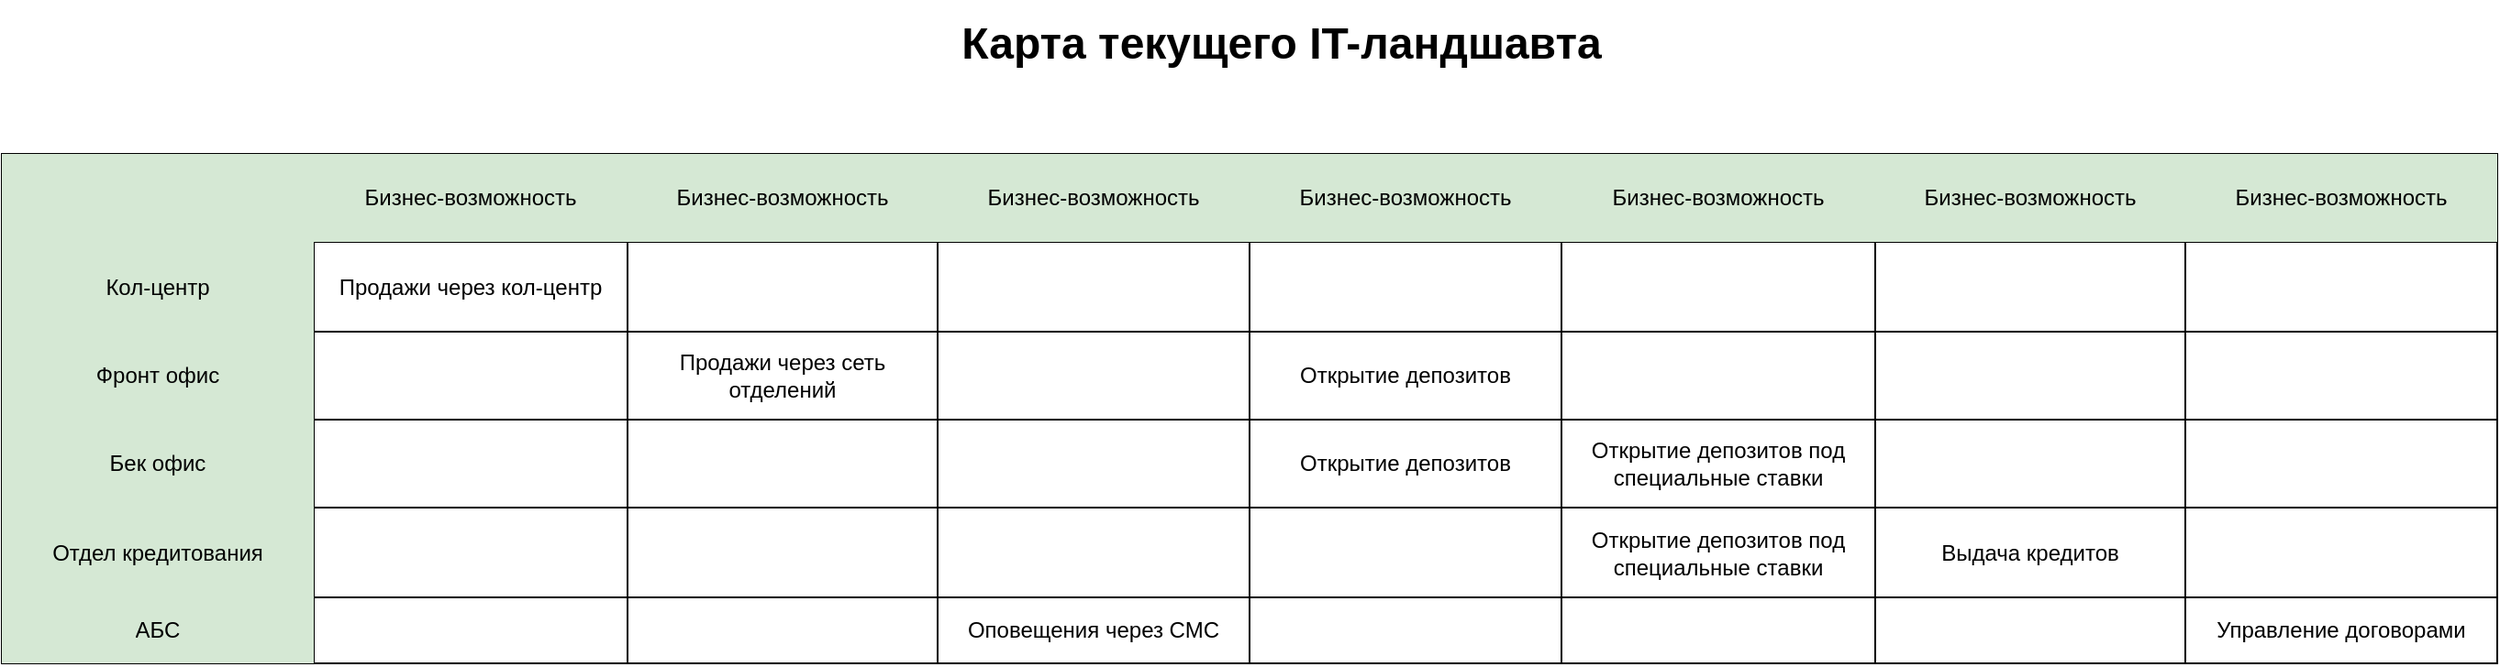
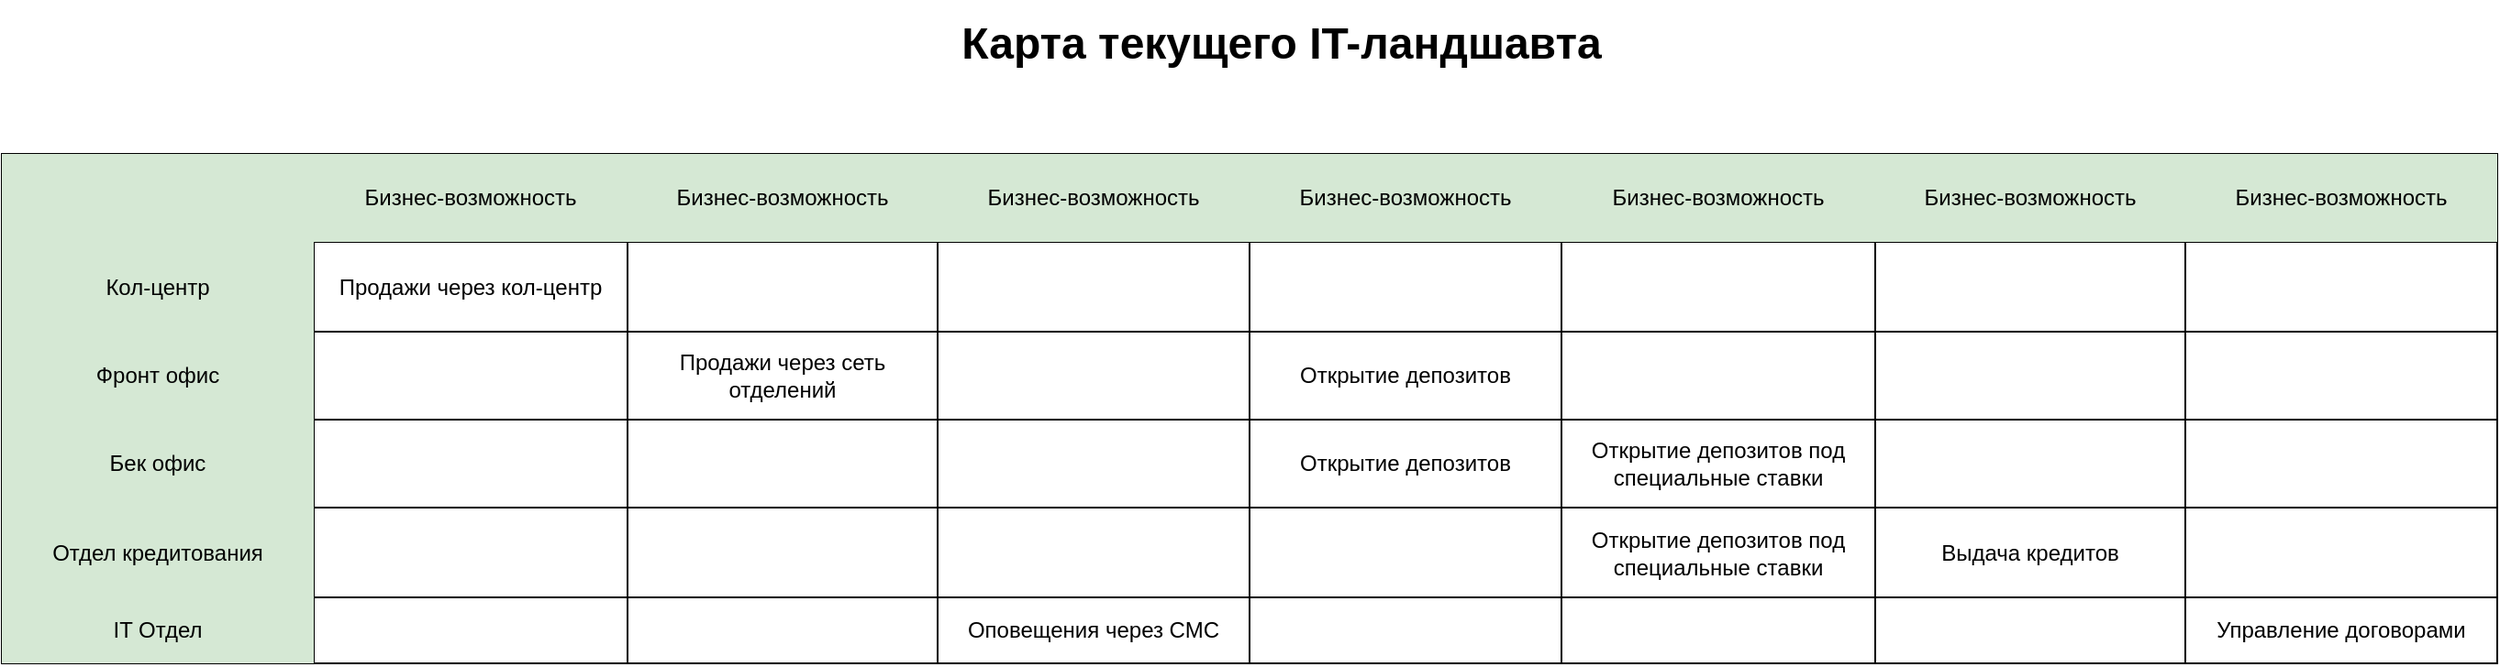
<mxfile host="Electron" agent="Mozilla/5.0 (Windows NT 10.0; Win64; x64) AppleWebKit/537.36 (KHTML, like Gecko) draw.io/28.0.4 Chrome/138.0.7204.97 Electron/37.2.1 Safari/537.36" version="28.0.4">
  <diagram name="Page-1" id="bd83a815-5ea8-2e97-e5ec-87c9f400f2fa">
    <mxGraphModel dx="1042" dy="626" grid="1" gridSize="10" guides="1" tooltips="1" connect="1" arrows="1" fold="1" page="1" pageScale="1.5" pageWidth="1169" pageHeight="826" background="none" math="0" shadow="0">
      <root>
        <mxCell id="0" style=";html=1;" />
        <mxCell id="1" style=";html=1;" parent="0" />
        <mxCell id="1516e18e63f93b96-3" value="Карта текущего IT-ландшавта" style="text;strokeColor=none;fillColor=none;html=1;fontSize=24;fontStyle=1;verticalAlign=middle;align=center;rounded=0;shadow=1;" parent="1" vertex="1">
          <mxGeometry x="487" y="70" width="780" height="40" as="geometry" />
        </mxCell>
        <mxCell id="Nek5XBPTCzxstixbVNgh-3" value="" style="shape=table;startSize=0;container=1;collapsible=0;childLayout=tableLayout;" parent="1" vertex="1">
          <mxGeometry x="180" y="150" width="1360" height="278" as="geometry" />
        </mxCell>
        <mxCell id="Nek5XBPTCzxstixbVNgh-4" value="" style="shape=tableRow;horizontal=0;startSize=0;swimlaneHead=0;swimlaneBody=0;strokeColor=inherit;top=0;left=0;bottom=0;right=0;collapsible=0;dropTarget=0;fillColor=none;points=[[0,0.5],[1,0.5]];portConstraint=eastwest;" parent="Nek5XBPTCzxstixbVNgh-3" vertex="1">
          <mxGeometry width="1360" height="48" as="geometry" />
        </mxCell>
        <mxCell id="Nek5XBPTCzxstixbVNgh-5" value="" style="shape=partialRectangle;html=1;whiteSpace=wrap;connectable=0;strokeColor=#000000;overflow=hidden;fillColor=#d5e8d4;top=0;left=0;bottom=0;right=0;pointerEvents=1;strokeWidth=2;" parent="Nek5XBPTCzxstixbVNgh-4" vertex="1">
          <mxGeometry width="170" height="48" as="geometry">
            <mxRectangle width="170" height="48" as="alternateBounds" />
          </mxGeometry>
        </mxCell>
        <mxCell id="Nek5XBPTCzxstixbVNgh-6" value="Бизнес-возможность" style="shape=partialRectangle;html=1;whiteSpace=wrap;connectable=0;strokeColor=#82b366;overflow=hidden;fillColor=#d5e8d4;top=0;left=0;bottom=0;right=0;pointerEvents=1;" parent="Nek5XBPTCzxstixbVNgh-4" vertex="1">
          <mxGeometry x="170" width="171" height="48" as="geometry">
            <mxRectangle width="171" height="48" as="alternateBounds" />
          </mxGeometry>
        </mxCell>
        <mxCell id="Nek5XBPTCzxstixbVNgh-7" value="Бизнес-возможность" style="shape=partialRectangle;html=1;whiteSpace=wrap;connectable=0;strokeColor=#82b366;overflow=hidden;fillColor=#d5e8d4;top=0;left=0;bottom=0;right=0;pointerEvents=1;" parent="Nek5XBPTCzxstixbVNgh-4" vertex="1">
          <mxGeometry x="341" width="169" height="48" as="geometry">
            <mxRectangle width="169" height="48" as="alternateBounds" />
          </mxGeometry>
        </mxCell>
        <mxCell id="Nek5XBPTCzxstixbVNgh-8" value="Бизнес-возможность" style="shape=partialRectangle;html=1;whiteSpace=wrap;connectable=0;strokeColor=#82b366;overflow=hidden;fillColor=#d5e8d4;top=0;left=0;bottom=0;right=0;pointerEvents=1;" parent="Nek5XBPTCzxstixbVNgh-4" vertex="1">
          <mxGeometry x="510" width="170" height="48" as="geometry">
            <mxRectangle width="170" height="48" as="alternateBounds" />
          </mxGeometry>
        </mxCell>
        <mxCell id="Nek5XBPTCzxstixbVNgh-9" value="Бизнес-возможность" style="shape=partialRectangle;html=1;whiteSpace=wrap;connectable=0;strokeColor=#82b366;overflow=hidden;fillColor=#d5e8d4;top=0;left=0;bottom=0;right=0;pointerEvents=1;" parent="Nek5XBPTCzxstixbVNgh-4" vertex="1">
          <mxGeometry x="680" width="170" height="48" as="geometry">
            <mxRectangle width="170" height="48" as="alternateBounds" />
          </mxGeometry>
        </mxCell>
        <mxCell id="Nek5XBPTCzxstixbVNgh-10" value="Бизнес-возможность" style="shape=partialRectangle;html=1;whiteSpace=wrap;connectable=0;strokeColor=#82b366;overflow=hidden;fillColor=#d5e8d4;top=0;left=0;bottom=0;right=0;pointerEvents=1;" parent="Nek5XBPTCzxstixbVNgh-4" vertex="1">
          <mxGeometry x="850" width="171" height="48" as="geometry">
            <mxRectangle width="171" height="48" as="alternateBounds" />
          </mxGeometry>
        </mxCell>
        <mxCell id="Nek5XBPTCzxstixbVNgh-11" value="Бизнес-возможность" style="shape=partialRectangle;html=1;whiteSpace=wrap;connectable=0;strokeColor=#82b366;overflow=hidden;fillColor=#d5e8d4;top=0;left=0;bottom=0;right=0;pointerEvents=1;" parent="Nek5XBPTCzxstixbVNgh-4" vertex="1">
          <mxGeometry x="1021" width="169" height="48" as="geometry">
            <mxRectangle width="169" height="48" as="alternateBounds" />
          </mxGeometry>
        </mxCell>
        <mxCell id="Nek5XBPTCzxstixbVNgh-12" value="Бизнес-возможность" style="shape=partialRectangle;html=1;whiteSpace=wrap;connectable=0;strokeColor=#82b366;overflow=hidden;fillColor=#d5e8d4;top=0;left=0;bottom=0;right=0;pointerEvents=1;" parent="Nek5XBPTCzxstixbVNgh-4" vertex="1">
          <mxGeometry x="1190" width="170" height="48" as="geometry">
            <mxRectangle width="170" height="48" as="alternateBounds" />
          </mxGeometry>
        </mxCell>
        <mxCell id="Nek5XBPTCzxstixbVNgh-13" value="" style="shape=tableRow;horizontal=0;startSize=0;swimlaneHead=0;swimlaneBody=0;strokeColor=inherit;top=0;left=0;bottom=0;right=0;collapsible=0;dropTarget=0;fillColor=none;points=[[0,0.5],[1,0.5]];portConstraint=eastwest;" parent="Nek5XBPTCzxstixbVNgh-3" vertex="1">
          <mxGeometry y="48" width="1360" height="49" as="geometry" />
        </mxCell>
        <mxCell id="Nek5XBPTCzxstixbVNgh-14" value="Кол-центр" style="shape=partialRectangle;html=1;whiteSpace=wrap;connectable=0;strokeColor=#000000;overflow=hidden;fillColor=#d5e8d4;top=0;left=0;bottom=0;right=0;pointerEvents=1;strokeWidth=2;perimeterSpacing=2;" parent="Nek5XBPTCzxstixbVNgh-13" vertex="1">
          <mxGeometry width="170" height="49" as="geometry">
            <mxRectangle width="170" height="49" as="alternateBounds" />
          </mxGeometry>
        </mxCell>
        <mxCell id="Nek5XBPTCzxstixbVNgh-15" value="Продажи через кол-центр" style="shape=partialRectangle;html=1;whiteSpace=wrap;connectable=0;strokeColor=inherit;overflow=hidden;fillColor=none;top=0;left=0;bottom=0;right=0;pointerEvents=1;" parent="Nek5XBPTCzxstixbVNgh-13" vertex="1">
          <mxGeometry x="170" width="171" height="49" as="geometry">
            <mxRectangle width="171" height="49" as="alternateBounds" />
          </mxGeometry>
        </mxCell>
        <mxCell id="Nek5XBPTCzxstixbVNgh-16" value="" style="shape=partialRectangle;html=1;whiteSpace=wrap;connectable=0;strokeColor=inherit;overflow=hidden;fillColor=none;top=0;left=0;bottom=0;right=0;pointerEvents=1;" parent="Nek5XBPTCzxstixbVNgh-13" vertex="1">
          <mxGeometry x="341" width="169" height="49" as="geometry">
            <mxRectangle width="169" height="49" as="alternateBounds" />
          </mxGeometry>
        </mxCell>
        <mxCell id="Nek5XBPTCzxstixbVNgh-17" value="" style="shape=partialRectangle;html=1;whiteSpace=wrap;connectable=0;strokeColor=inherit;overflow=hidden;fillColor=none;top=0;left=0;bottom=0;right=0;pointerEvents=1;" parent="Nek5XBPTCzxstixbVNgh-13" vertex="1">
          <mxGeometry x="510" width="170" height="49" as="geometry">
            <mxRectangle width="170" height="49" as="alternateBounds" />
          </mxGeometry>
        </mxCell>
        <mxCell id="Nek5XBPTCzxstixbVNgh-18" value="" style="shape=partialRectangle;html=1;whiteSpace=wrap;connectable=0;strokeColor=inherit;overflow=hidden;fillColor=none;top=0;left=0;bottom=0;right=0;pointerEvents=1;" parent="Nek5XBPTCzxstixbVNgh-13" vertex="1">
          <mxGeometry x="680" width="170" height="49" as="geometry">
            <mxRectangle width="170" height="49" as="alternateBounds" />
          </mxGeometry>
        </mxCell>
        <mxCell id="Nek5XBPTCzxstixbVNgh-19" value="" style="shape=partialRectangle;html=1;whiteSpace=wrap;connectable=0;strokeColor=inherit;overflow=hidden;fillColor=none;top=0;left=0;bottom=0;right=0;pointerEvents=1;" parent="Nek5XBPTCzxstixbVNgh-13" vertex="1">
          <mxGeometry x="850" width="171" height="49" as="geometry">
            <mxRectangle width="171" height="49" as="alternateBounds" />
          </mxGeometry>
        </mxCell>
        <mxCell id="Nek5XBPTCzxstixbVNgh-20" value="" style="shape=partialRectangle;html=1;whiteSpace=wrap;connectable=0;strokeColor=inherit;overflow=hidden;fillColor=none;top=0;left=0;bottom=0;right=0;pointerEvents=1;" parent="Nek5XBPTCzxstixbVNgh-13" vertex="1">
          <mxGeometry x="1021" width="169" height="49" as="geometry">
            <mxRectangle width="169" height="49" as="alternateBounds" />
          </mxGeometry>
        </mxCell>
        <mxCell id="Nek5XBPTCzxstixbVNgh-21" value="" style="shape=partialRectangle;html=1;whiteSpace=wrap;connectable=0;strokeColor=inherit;overflow=hidden;fillColor=none;top=0;left=0;bottom=0;right=0;pointerEvents=1;" parent="Nek5XBPTCzxstixbVNgh-13" vertex="1">
          <mxGeometry x="1190" width="170" height="49" as="geometry">
            <mxRectangle width="170" height="49" as="alternateBounds" />
          </mxGeometry>
        </mxCell>
        <mxCell id="Nek5XBPTCzxstixbVNgh-31" value="" style="shape=tableRow;horizontal=0;startSize=0;swimlaneHead=0;swimlaneBody=0;strokeColor=inherit;top=0;left=0;bottom=0;right=0;collapsible=0;dropTarget=0;fillColor=none;points=[[0,0.5],[1,0.5]];portConstraint=eastwest;" parent="Nek5XBPTCzxstixbVNgh-3" vertex="1">
          <mxGeometry y="97" width="1360" height="48" as="geometry" />
        </mxCell>
        <mxCell id="Nek5XBPTCzxstixbVNgh-32" value="Фронт офис" style="shape=partialRectangle;html=1;whiteSpace=wrap;connectable=0;strokeColor=#000000;overflow=hidden;fillColor=#d5e8d4;top=0;left=0;bottom=0;right=0;pointerEvents=1;strokeWidth=2;" parent="Nek5XBPTCzxstixbVNgh-31" vertex="1">
          <mxGeometry width="170" height="48" as="geometry">
            <mxRectangle width="170" height="48" as="alternateBounds" />
          </mxGeometry>
        </mxCell>
        <mxCell id="Nek5XBPTCzxstixbVNgh-33" value="" style="shape=partialRectangle;html=1;whiteSpace=wrap;connectable=0;strokeColor=inherit;overflow=hidden;fillColor=none;top=0;left=0;bottom=0;right=0;pointerEvents=1;" parent="Nek5XBPTCzxstixbVNgh-31" vertex="1">
          <mxGeometry x="170" width="171" height="48" as="geometry">
            <mxRectangle width="171" height="48" as="alternateBounds" />
          </mxGeometry>
        </mxCell>
        <mxCell id="Nek5XBPTCzxstixbVNgh-34" value="Продажи через сеть отделений" style="shape=partialRectangle;html=1;whiteSpace=wrap;connectable=0;strokeColor=inherit;overflow=hidden;fillColor=none;top=0;left=0;bottom=0;right=0;pointerEvents=1;" parent="Nek5XBPTCzxstixbVNgh-31" vertex="1">
          <mxGeometry x="341" width="169" height="48" as="geometry">
            <mxRectangle width="169" height="48" as="alternateBounds" />
          </mxGeometry>
        </mxCell>
        <mxCell id="Nek5XBPTCzxstixbVNgh-35" value="" style="shape=partialRectangle;html=1;whiteSpace=wrap;connectable=0;strokeColor=inherit;overflow=hidden;fillColor=none;top=0;left=0;bottom=0;right=0;pointerEvents=1;" parent="Nek5XBPTCzxstixbVNgh-31" vertex="1">
          <mxGeometry x="510" width="170" height="48" as="geometry">
            <mxRectangle width="170" height="48" as="alternateBounds" />
          </mxGeometry>
        </mxCell>
        <mxCell id="Nek5XBPTCzxstixbVNgh-36" value="Открытие депозитов" style="shape=partialRectangle;html=1;whiteSpace=wrap;connectable=0;strokeColor=inherit;overflow=hidden;fillColor=none;top=0;left=0;bottom=0;right=0;pointerEvents=1;" parent="Nek5XBPTCzxstixbVNgh-31" vertex="1">
          <mxGeometry x="680" width="170" height="48" as="geometry">
            <mxRectangle width="170" height="48" as="alternateBounds" />
          </mxGeometry>
        </mxCell>
        <mxCell id="Nek5XBPTCzxstixbVNgh-37" value="" style="shape=partialRectangle;html=1;whiteSpace=wrap;connectable=0;strokeColor=inherit;overflow=hidden;fillColor=none;top=0;left=0;bottom=0;right=0;pointerEvents=1;" parent="Nek5XBPTCzxstixbVNgh-31" vertex="1">
          <mxGeometry x="850" width="171" height="48" as="geometry">
            <mxRectangle width="171" height="48" as="alternateBounds" />
          </mxGeometry>
        </mxCell>
        <mxCell id="Nek5XBPTCzxstixbVNgh-38" value="" style="shape=partialRectangle;html=1;whiteSpace=wrap;connectable=0;strokeColor=inherit;overflow=hidden;fillColor=none;top=0;left=0;bottom=0;right=0;pointerEvents=1;" parent="Nek5XBPTCzxstixbVNgh-31" vertex="1">
          <mxGeometry x="1021" width="169" height="48" as="geometry">
            <mxRectangle width="169" height="48" as="alternateBounds" />
          </mxGeometry>
        </mxCell>
        <mxCell id="Nek5XBPTCzxstixbVNgh-39" value="" style="shape=partialRectangle;html=1;whiteSpace=wrap;connectable=0;strokeColor=inherit;overflow=hidden;fillColor=none;top=0;left=0;bottom=0;right=0;pointerEvents=1;" parent="Nek5XBPTCzxstixbVNgh-31" vertex="1">
          <mxGeometry x="1190" width="170" height="48" as="geometry">
            <mxRectangle width="170" height="48" as="alternateBounds" />
          </mxGeometry>
        </mxCell>
        <mxCell id="Nek5XBPTCzxstixbVNgh-40" value="" style="shape=tableRow;horizontal=0;startSize=0;swimlaneHead=0;swimlaneBody=0;strokeColor=inherit;top=0;left=0;bottom=0;right=0;collapsible=0;dropTarget=0;fillColor=none;points=[[0,0.5],[1,0.5]];portConstraint=eastwest;" parent="Nek5XBPTCzxstixbVNgh-3" vertex="1">
          <mxGeometry y="145" width="1360" height="48" as="geometry" />
        </mxCell>
        <mxCell id="Nek5XBPTCzxstixbVNgh-41" value="Бек офис" style="shape=partialRectangle;html=1;whiteSpace=wrap;connectable=0;strokeColor=#000000;overflow=hidden;fillColor=#d5e8d4;top=0;left=0;bottom=0;right=0;pointerEvents=1;strokeWidth=2;" parent="Nek5XBPTCzxstixbVNgh-40" vertex="1">
          <mxGeometry width="170" height="48" as="geometry">
            <mxRectangle width="170" height="48" as="alternateBounds" />
          </mxGeometry>
        </mxCell>
        <mxCell id="Nek5XBPTCzxstixbVNgh-42" value="" style="shape=partialRectangle;html=1;whiteSpace=wrap;connectable=0;strokeColor=inherit;overflow=hidden;fillColor=none;top=0;left=0;bottom=0;right=0;pointerEvents=1;" parent="Nek5XBPTCzxstixbVNgh-40" vertex="1">
          <mxGeometry x="170" width="171" height="48" as="geometry">
            <mxRectangle width="171" height="48" as="alternateBounds" />
          </mxGeometry>
        </mxCell>
        <mxCell id="Nek5XBPTCzxstixbVNgh-43" value="" style="shape=partialRectangle;html=1;whiteSpace=wrap;connectable=0;strokeColor=inherit;overflow=hidden;fillColor=none;top=0;left=0;bottom=0;right=0;pointerEvents=1;" parent="Nek5XBPTCzxstixbVNgh-40" vertex="1">
          <mxGeometry x="341" width="169" height="48" as="geometry">
            <mxRectangle width="169" height="48" as="alternateBounds" />
          </mxGeometry>
        </mxCell>
        <mxCell id="Nek5XBPTCzxstixbVNgh-44" value="" style="shape=partialRectangle;html=1;whiteSpace=wrap;connectable=0;strokeColor=inherit;overflow=hidden;fillColor=none;top=0;left=0;bottom=0;right=0;pointerEvents=1;" parent="Nek5XBPTCzxstixbVNgh-40" vertex="1">
          <mxGeometry x="510" width="170" height="48" as="geometry">
            <mxRectangle width="170" height="48" as="alternateBounds" />
          </mxGeometry>
        </mxCell>
        <mxCell id="Nek5XBPTCzxstixbVNgh-45" value="Открытие депозитов" style="shape=partialRectangle;html=1;whiteSpace=wrap;connectable=0;strokeColor=inherit;overflow=hidden;fillColor=none;top=0;left=0;bottom=0;right=0;pointerEvents=1;" parent="Nek5XBPTCzxstixbVNgh-40" vertex="1">
          <mxGeometry x="680" width="170" height="48" as="geometry">
            <mxRectangle width="170" height="48" as="alternateBounds" />
          </mxGeometry>
        </mxCell>
        <mxCell id="Nek5XBPTCzxstixbVNgh-46" value="Открытие депозитов под специальные ставки" style="shape=partialRectangle;html=1;whiteSpace=wrap;connectable=0;strokeColor=inherit;overflow=hidden;fillColor=none;top=0;left=0;bottom=0;right=0;pointerEvents=1;" parent="Nek5XBPTCzxstixbVNgh-40" vertex="1">
          <mxGeometry x="850" width="171" height="48" as="geometry">
            <mxRectangle width="171" height="48" as="alternateBounds" />
          </mxGeometry>
        </mxCell>
        <mxCell id="Nek5XBPTCzxstixbVNgh-47" value="" style="shape=partialRectangle;html=1;whiteSpace=wrap;connectable=0;strokeColor=inherit;overflow=hidden;fillColor=none;top=0;left=0;bottom=0;right=0;pointerEvents=1;" parent="Nek5XBPTCzxstixbVNgh-40" vertex="1">
          <mxGeometry x="1021" width="169" height="48" as="geometry">
            <mxRectangle width="169" height="48" as="alternateBounds" />
          </mxGeometry>
        </mxCell>
        <mxCell id="Nek5XBPTCzxstixbVNgh-48" value="" style="shape=partialRectangle;html=1;whiteSpace=wrap;connectable=0;strokeColor=inherit;overflow=hidden;fillColor=none;top=0;left=0;bottom=0;right=0;pointerEvents=1;" parent="Nek5XBPTCzxstixbVNgh-40" vertex="1">
          <mxGeometry x="1190" width="170" height="48" as="geometry">
            <mxRectangle width="170" height="48" as="alternateBounds" />
          </mxGeometry>
        </mxCell>
        <mxCell id="Nek5XBPTCzxstixbVNgh-49" value="" style="shape=tableRow;horizontal=0;startSize=0;swimlaneHead=0;swimlaneBody=0;strokeColor=inherit;top=0;left=0;bottom=0;right=0;collapsible=0;dropTarget=0;fillColor=none;points=[[0,0.5],[1,0.5]];portConstraint=eastwest;" parent="Nek5XBPTCzxstixbVNgh-3" vertex="1">
          <mxGeometry y="193" width="1360" height="49" as="geometry" />
        </mxCell>
        <mxCell id="Nek5XBPTCzxstixbVNgh-50" value="Отдел кредитования" style="shape=partialRectangle;html=1;whiteSpace=wrap;connectable=0;strokeColor=#000000;overflow=hidden;fillColor=#d5e8d4;top=0;left=0;bottom=0;right=0;pointerEvents=1;strokeWidth=2;" parent="Nek5XBPTCzxstixbVNgh-49" vertex="1">
          <mxGeometry width="170" height="49" as="geometry">
            <mxRectangle width="170" height="49" as="alternateBounds" />
          </mxGeometry>
        </mxCell>
        <mxCell id="Nek5XBPTCzxstixbVNgh-51" value="" style="shape=partialRectangle;html=1;whiteSpace=wrap;connectable=0;strokeColor=inherit;overflow=hidden;fillColor=none;top=0;left=0;bottom=0;right=0;pointerEvents=1;" parent="Nek5XBPTCzxstixbVNgh-49" vertex="1">
          <mxGeometry x="170" width="171" height="49" as="geometry">
            <mxRectangle width="171" height="49" as="alternateBounds" />
          </mxGeometry>
        </mxCell>
        <mxCell id="Nek5XBPTCzxstixbVNgh-52" value="" style="shape=partialRectangle;html=1;whiteSpace=wrap;connectable=0;strokeColor=inherit;overflow=hidden;fillColor=none;top=0;left=0;bottom=0;right=0;pointerEvents=1;" parent="Nek5XBPTCzxstixbVNgh-49" vertex="1">
          <mxGeometry x="341" width="169" height="49" as="geometry">
            <mxRectangle width="169" height="49" as="alternateBounds" />
          </mxGeometry>
        </mxCell>
        <mxCell id="Nek5XBPTCzxstixbVNgh-53" value="" style="shape=partialRectangle;html=1;whiteSpace=wrap;connectable=0;strokeColor=inherit;overflow=hidden;fillColor=none;top=0;left=0;bottom=0;right=0;pointerEvents=1;" parent="Nek5XBPTCzxstixbVNgh-49" vertex="1">
          <mxGeometry x="510" width="170" height="49" as="geometry">
            <mxRectangle width="170" height="49" as="alternateBounds" />
          </mxGeometry>
        </mxCell>
        <mxCell id="Nek5XBPTCzxstixbVNgh-54" value="" style="shape=partialRectangle;html=1;whiteSpace=wrap;connectable=0;strokeColor=inherit;overflow=hidden;fillColor=none;top=0;left=0;bottom=0;right=0;pointerEvents=1;" parent="Nek5XBPTCzxstixbVNgh-49" vertex="1">
          <mxGeometry x="680" width="170" height="49" as="geometry">
            <mxRectangle width="170" height="49" as="alternateBounds" />
          </mxGeometry>
        </mxCell>
        <mxCell id="Nek5XBPTCzxstixbVNgh-55" value="Открытие депозитов под специальные ставки" style="shape=partialRectangle;html=1;whiteSpace=wrap;connectable=0;strokeColor=inherit;overflow=hidden;fillColor=none;top=0;left=0;bottom=0;right=0;pointerEvents=1;" parent="Nek5XBPTCzxstixbVNgh-49" vertex="1">
          <mxGeometry x="850" width="171" height="49" as="geometry">
            <mxRectangle width="171" height="49" as="alternateBounds" />
          </mxGeometry>
        </mxCell>
        <mxCell id="Nek5XBPTCzxstixbVNgh-56" value="Выдача кредитов" style="shape=partialRectangle;html=1;whiteSpace=wrap;connectable=0;strokeColor=inherit;overflow=hidden;fillColor=none;top=0;left=0;bottom=0;right=0;pointerEvents=1;" parent="Nek5XBPTCzxstixbVNgh-49" vertex="1">
          <mxGeometry x="1021" width="169" height="49" as="geometry">
            <mxRectangle width="169" height="49" as="alternateBounds" />
          </mxGeometry>
        </mxCell>
        <mxCell id="Nek5XBPTCzxstixbVNgh-57" value="" style="shape=partialRectangle;html=1;whiteSpace=wrap;connectable=0;strokeColor=inherit;overflow=hidden;fillColor=none;top=0;left=0;bottom=0;right=0;pointerEvents=1;" parent="Nek5XBPTCzxstixbVNgh-49" vertex="1">
          <mxGeometry x="1190" width="170" height="49" as="geometry">
            <mxRectangle width="170" height="49" as="alternateBounds" />
          </mxGeometry>
        </mxCell>
        <mxCell id="Nek5XBPTCzxstixbVNgh-58" value="" style="shape=tableRow;horizontal=0;startSize=0;swimlaneHead=0;swimlaneBody=0;strokeColor=inherit;top=0;left=0;bottom=0;right=0;collapsible=0;dropTarget=0;fillColor=none;points=[[0,0.5],[1,0.5]];portConstraint=eastwest;" parent="Nek5XBPTCzxstixbVNgh-3" vertex="1">
          <mxGeometry y="242" width="1360" height="36" as="geometry" />
        </mxCell>
-         <mxCell id="Nek5XBPTCzxstixbVNgh-59" value="АБС" style="shape=partialRectangle;html=1;whiteSpace=wrap;connectable=0;strokeColor=#000000;overflow=hidden;fillColor=#d5e8d4;top=0;left=0;bottom=0;right=0;pointerEvents=1;strokeWidth=2;" parent="Nek5XBPTCzxstixbVNgh-58" vertex="1">
+         <mxCell id="Nek5XBPTCzxstixbVNgh-59" value="IT Отдел" style="shape=partialRectangle;html=1;whiteSpace=wrap;connectable=0;strokeColor=#000000;overflow=hidden;fillColor=#d5e8d4;top=0;left=0;bottom=0;right=0;pointerEvents=1;strokeWidth=2;" parent="Nek5XBPTCzxstixbVNgh-58" vertex="1">
          <mxGeometry width="170" height="36" as="geometry">
            <mxRectangle width="170" height="36" as="alternateBounds" />
          </mxGeometry>
        </mxCell>
        <mxCell id="Nek5XBPTCzxstixbVNgh-60" value="" style="shape=partialRectangle;html=1;whiteSpace=wrap;connectable=0;strokeColor=inherit;overflow=hidden;fillColor=none;top=0;left=0;bottom=0;right=0;pointerEvents=1;" parent="Nek5XBPTCzxstixbVNgh-58" vertex="1">
          <mxGeometry x="170" width="171" height="36" as="geometry">
            <mxRectangle width="171" height="36" as="alternateBounds" />
          </mxGeometry>
        </mxCell>
        <mxCell id="Nek5XBPTCzxstixbVNgh-61" value="" style="shape=partialRectangle;html=1;whiteSpace=wrap;connectable=0;strokeColor=inherit;overflow=hidden;fillColor=none;top=0;left=0;bottom=0;right=0;pointerEvents=1;" parent="Nek5XBPTCzxstixbVNgh-58" vertex="1">
          <mxGeometry x="341" width="169" height="36" as="geometry">
            <mxRectangle width="169" height="36" as="alternateBounds" />
          </mxGeometry>
        </mxCell>
        <mxCell id="Nek5XBPTCzxstixbVNgh-62" value="Оповещения через СМС" style="shape=partialRectangle;html=1;whiteSpace=wrap;connectable=0;strokeColor=inherit;overflow=hidden;fillColor=none;top=0;left=0;bottom=0;right=0;pointerEvents=1;" parent="Nek5XBPTCzxstixbVNgh-58" vertex="1">
          <mxGeometry x="510" width="170" height="36" as="geometry">
            <mxRectangle width="170" height="36" as="alternateBounds" />
          </mxGeometry>
        </mxCell>
        <mxCell id="Nek5XBPTCzxstixbVNgh-63" value="" style="shape=partialRectangle;html=1;whiteSpace=wrap;connectable=0;strokeColor=inherit;overflow=hidden;fillColor=none;top=0;left=0;bottom=0;right=0;pointerEvents=1;" parent="Nek5XBPTCzxstixbVNgh-58" vertex="1">
          <mxGeometry x="680" width="170" height="36" as="geometry">
            <mxRectangle width="170" height="36" as="alternateBounds" />
          </mxGeometry>
        </mxCell>
        <mxCell id="Nek5XBPTCzxstixbVNgh-64" value="" style="shape=partialRectangle;html=1;whiteSpace=wrap;connectable=0;strokeColor=inherit;overflow=hidden;fillColor=none;top=0;left=0;bottom=0;right=0;pointerEvents=1;" parent="Nek5XBPTCzxstixbVNgh-58" vertex="1">
          <mxGeometry x="850" width="171" height="36" as="geometry">
            <mxRectangle width="171" height="36" as="alternateBounds" />
          </mxGeometry>
        </mxCell>
        <mxCell id="Nek5XBPTCzxstixbVNgh-65" value="" style="shape=partialRectangle;html=1;whiteSpace=wrap;connectable=0;strokeColor=inherit;overflow=hidden;fillColor=none;top=0;left=0;bottom=0;right=0;pointerEvents=1;" parent="Nek5XBPTCzxstixbVNgh-58" vertex="1">
          <mxGeometry x="1021" width="169" height="36" as="geometry">
            <mxRectangle width="169" height="36" as="alternateBounds" />
          </mxGeometry>
        </mxCell>
        <mxCell id="Nek5XBPTCzxstixbVNgh-66" value="Управление договорами" style="shape=partialRectangle;html=1;whiteSpace=wrap;connectable=0;strokeColor=inherit;overflow=hidden;fillColor=none;top=0;left=0;bottom=0;right=0;pointerEvents=1;" parent="Nek5XBPTCzxstixbVNgh-58" vertex="1">
          <mxGeometry x="1190" width="170" height="36" as="geometry">
            <mxRectangle width="170" height="36" as="alternateBounds" />
          </mxGeometry>
        </mxCell>
      </root>
    </mxGraphModel>
  </diagram>
</mxfile>
